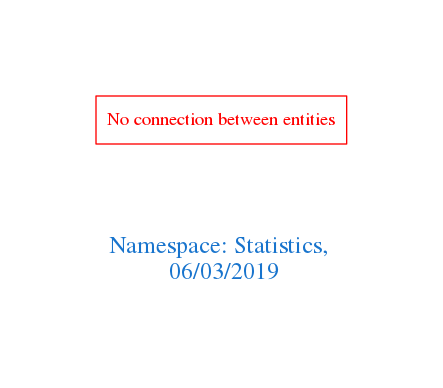
Before: downloads/Statistics.png, a diagram exported from Graphviz (arago/OGIT). Its source is kept beside it as downloads/Statistics.dot.
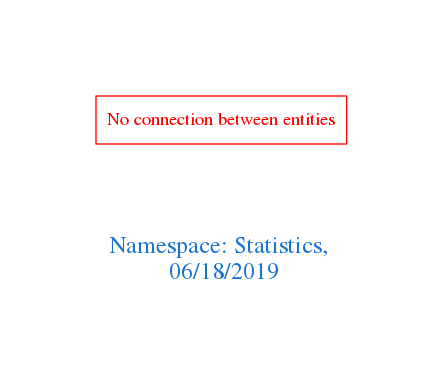
The same diagram one commit later.

What changed in the source:
```diff
@@ -1,7 +1,7 @@
 digraph OGIT_ontology {
  graph [ rankdir= LR,pad=1
 fontsize = 18,
-fontcolor= dodgerblue3,label = "\n\n\nNamespace: Statistics, \n 06/03/2019"];
+fontcolor= dodgerblue3,label = "\n\n\nNamespace: Statistics, \n 06/18/2019"];
 node[shape=polygon];
 edge [  color="gray81"];
 
```
